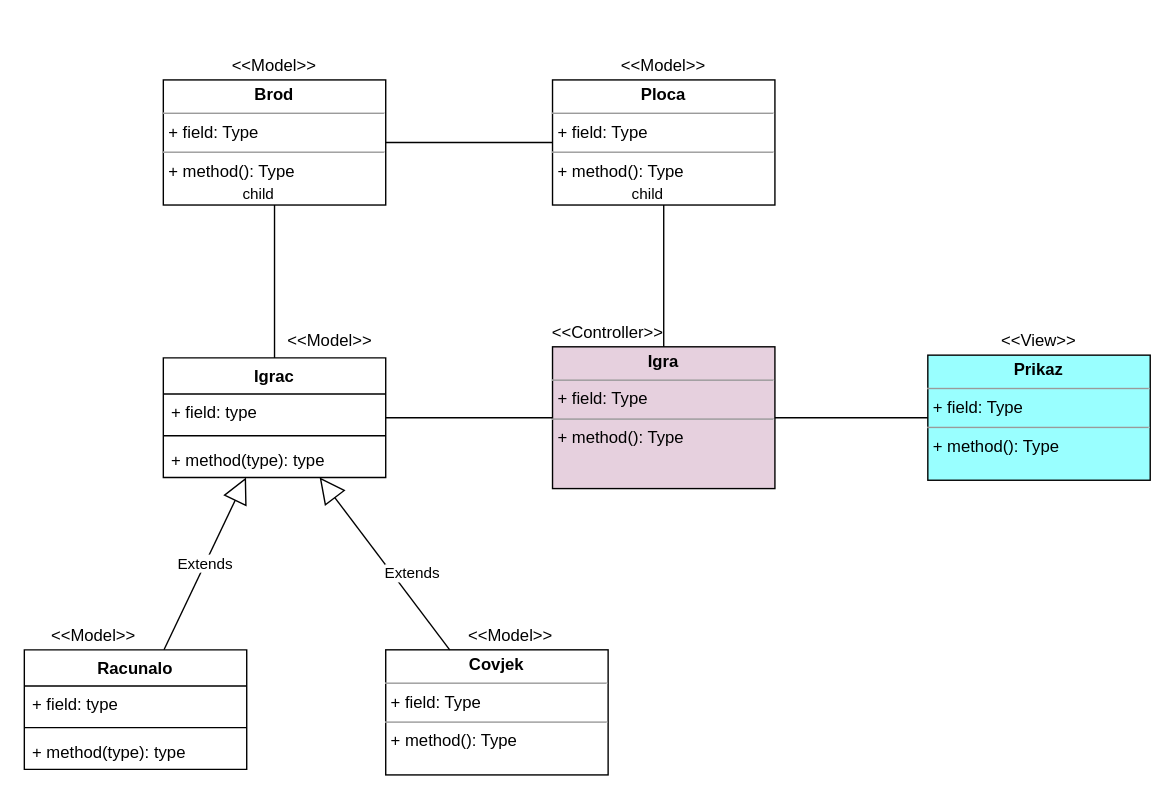
This is page "Dijagram klasa arhitekture Battleship" (7 of 18) of Dijagram.drawio from LukaFarkas99/Battleship, a draw.io file, before an edit. Source tidied: cells renumbered, new cells numbered last; positions are measured from the earlier drawing's top-left corner, leaving out a move shared by most shapes. Both pictures are drawn from the tidied source at 139%, with x=0, y=0 at pixel (24, 51).
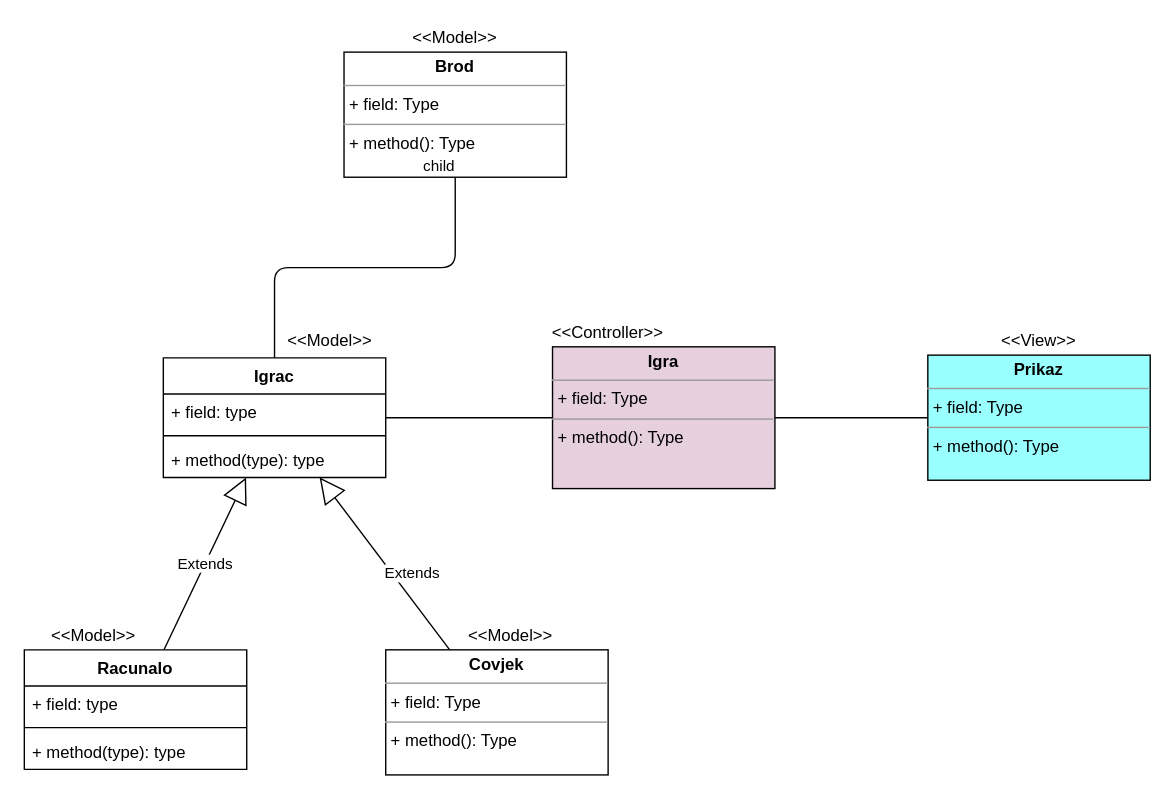
The same diagram, later.

The change refers to these unchanged cells:
```xml
<mxCell id="14" value="&lt;p style=&quot;margin: 0px ; margin-top: 4px ; text-align: center&quot;&gt;&lt;b&gt;Igra&lt;/b&gt;&lt;/p&gt;&lt;hr size=&quot;1&quot;&gt;&lt;p style=&quot;margin: 0px ; margin-left: 4px&quot;&gt;+ field: Type&lt;/p&gt;&lt;hr size=&quot;1&quot;&gt;&lt;p style=&quot;margin: 0px ; margin-left: 4px&quot;&gt;+ method(): Type&lt;/p&gt;" style="verticalAlign=top;align=left;overflow=fill;fontSize=12;fontFamily=Helvetica;html=1;fillColor=#E6D0DE;" parent="1" vertex="1">
  <mxGeometry x="380" y="212" width="160" height="102" as="geometry" />
</mxCell>
```

Diff of the diagram source:
```diff
@@
     <mxCell id="2" value="&lt;p style=&quot;margin: 0px ; margin-top: 4px ; text-align: center&quot;&gt;&lt;b&gt;Brod&lt;/b&gt;&lt;/p&gt;&lt;hr size=&quot;1&quot;&gt;&lt;p style=&quot;margin: 0px ; margin-left: 4px&quot;&gt;+ field: Type&lt;/p&gt;&lt;hr size=&quot;1&quot;&gt;&lt;p style=&quot;margin: 0px ; margin-left: 4px&quot;&gt;+ method(): Type&lt;/p&gt;" style="verticalAlign=top;align=left;overflow=fill;fontSize=12;fontFamily=Helvetica;html=1;" parent="1" vertex="1">
-      <mxGeometry x="100" y="20" width="160" height="90" as="geometry" />
+      <mxGeometry x="230" width="160" height="90" as="geometry" />
     </mxCell>
@@
-    <mxCell id="18" value="&lt;p style=&quot;margin: 0px ; margin-top: 4px ; text-align: center&quot;&gt;&lt;b&gt;Ploca&lt;/b&gt;&lt;/p&gt;&lt;hr size=&quot;1&quot;&gt;&lt;p style=&quot;margin: 0px ; margin-left: 4px&quot;&gt;+ field: Type&lt;/p&gt;&lt;hr size=&quot;1&quot;&gt;&lt;p style=&quot;margin: 0px ; margin-left: 4px&quot;&gt;+ method(): Type&lt;/p&gt;" style="verticalAlign=top;align=left;overflow=fill;fontSize=12;fontFamily=Helvetica;html=1;" parent="1" vertex="1">
-      <mxGeometry x="380" y="20" width="160" height="90" as="geometry" />
-    </mxCell>
-    <mxCell id="19" style="endArrow=none;html=1;edgeStyle=orthogonalEdgeStyle;" parent="1" edge="1" source="14" target="18">
-      <mxGeometry relative="1" as="geometry" />
-    </mxCell>
-    <mxCell id="20" value="child" style="edgeLabel;html=1;align=right;verticalAlign=bottom;" parent="19" vertex="1">
-      <mxGeometry x="1" relative="1" as="geometry" />
-    </mxCell>
-    <mxCell id="21" style="endArrow=none;html=1;edgeStyle=orthogonalEdgeStyle;" parent="1" edge="1" source="2" target="18">
-      <mxGeometry relative="1" as="geometry" />
-    </mxCell>
@@
     <mxCell id="24" value="&amp;lt;&amp;lt;Model&amp;gt;&amp;gt;" style="text;html=1;strokeColor=none;fillColor=none;align=center;verticalAlign=middle;whiteSpace=wrap;rounded=0;" parent="1" vertex="1">
-      <mxGeometry x="160" width="40" height="20" as="geometry" />
+      <mxGeometry x="290" y="-20" width="40" height="20" as="geometry" />
     </mxCell>
-    <mxCell id="25" value="&amp;lt;&amp;lt;Model&amp;gt;&amp;gt;" style="text;html=1;strokeColor=none;fillColor=none;align=center;verticalAlign=middle;whiteSpace=wrap;rounded=0;" parent="1" vertex="1">
-      <mxGeometry x="440" width="40" height="20" as="geometry" />
-    </mxCell>
```
